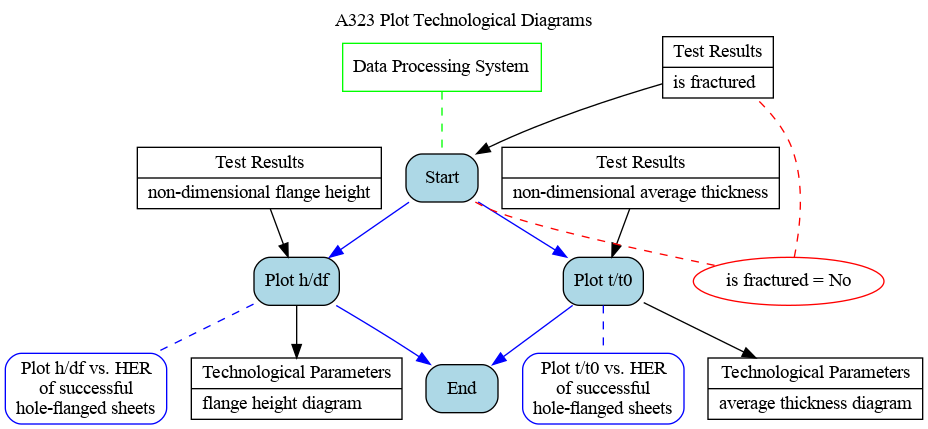
ModelsforManufacturing/hole-flanging-by-SPIF-in-a-single-stage keeps this Graphviz diagram as Ontology_Layer/Behaviour_Model/10_A323.gv.png. Above is the earlier version. Its source is kept beside it as Ontology_Layer/Behaviour_Model/10_A323.gv.
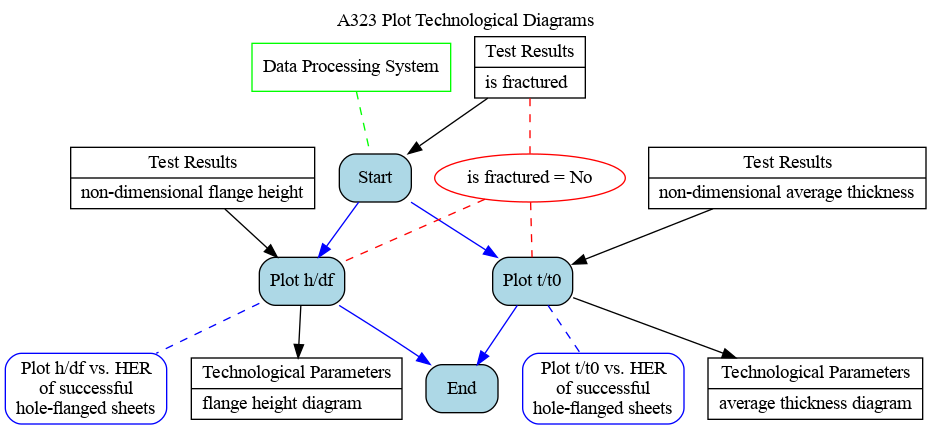
The same diagram one commit later.

Diff of the diagram source:
```diff
@@ -42,5 +42,5 @@
 c1 [label="is fractured = No"]
 
 edge [dir=none, color=red, style=dashed]
-Start -> c1 -> frac
+frac -> c1 -> {t1, t2}
 }
```
